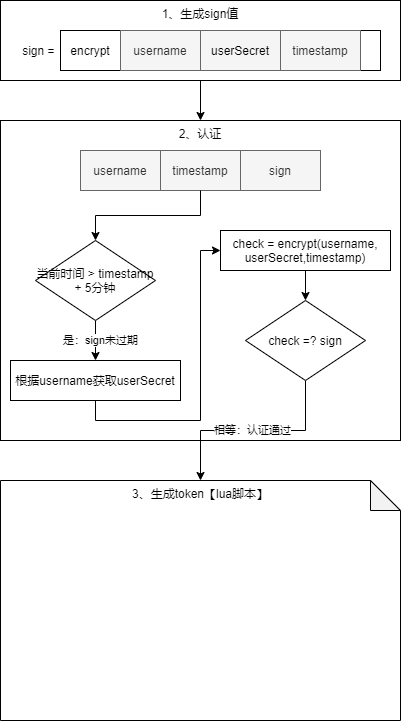
Earlier version of the draw.io export flowChart/project/token_verification.png (xiaoxin008/practise). Source tidied: cells renumbered, new cells last; positions are measured from the earlier drawing's top-left corner, leaving out a move shared by most shapes. The source it was exported from:
```xml
<mxGraphModel>
  <root>
    <mxCell id="0" />
    <mxCell id="1" parent="0" />
    <mxCell id="2" style="edgeStyle=orthogonalEdgeStyle;rounded=0;jettySize=auto;html=1;exitX=0.5;exitY=1;exitDx=0;exitDy=0;entryX=0.5;entryY=0;entryDx=0;entryDy=0;" parent="1" edge="1" source="3" target="13">
      <mxGeometry relative="1" as="geometry" />
    </mxCell>
    <mxCell id="3" value="1、生成sign值" style="rounded=0;whiteSpace=wrap;html=1;verticalAlign=top;" parent="1" vertex="1">
      <mxGeometry width="400" height="80" as="geometry" />
    </mxCell>
    <mxCell id="4" style="group;" parent="1" vertex="1">
      <mxGeometry x="20" y="30" width="360" height="40" as="geometry" />
    </mxCell>
    <mxCell id="5" style="group;" parent="4" vertex="1">
      <mxGeometry x="40" width="320" height="40" as="geometry" />
    </mxCell>
    <mxCell id="6" style="rounded=0;whiteSpace=wrap;html=1;" parent="5" vertex="1">
      <mxGeometry width="320" height="40" as="geometry" />
    </mxCell>
    <mxCell id="7" style="group;" parent="5" vertex="1">
      <mxGeometry x="60" width="240" height="40" as="geometry" />
    </mxCell>
    <mxCell id="8" value="username" style="rounded=0;whiteSpace=wrap;html=1;fillColor=#f5f5f5;strokeColor=#666666;fontColor=#333333;" parent="7" vertex="1">
      <mxGeometry width="80" height="40" as="geometry" />
    </mxCell>
    <mxCell id="9" value="&lt;span style=&quot;color: rgb(0 , 0 , 0)&quot;&gt;userSecret&lt;/span&gt;" style="rounded=0;whiteSpace=wrap;html=1;fillColor=#f5f5f5;strokeColor=#666666;fontColor=#333333;" parent="7" vertex="1">
      <mxGeometry x="80" width="80" height="40" as="geometry" />
    </mxCell>
    <mxCell id="10" value="timestamp" style="rounded=0;whiteSpace=wrap;html=1;fillColor=#f5f5f5;strokeColor=#666666;fontColor=#333333;" parent="7" vertex="1">
      <mxGeometry x="160" width="80" height="40" as="geometry" />
    </mxCell>
    <mxCell id="11" value="encrypt" style="text;html=1;strokeColor=none;fillColor=none;align=center;verticalAlign=middle;whiteSpace=wrap;rounded=0;" parent="5" vertex="1">
      <mxGeometry x="10" y="10" width="40" height="20" as="geometry" />
    </mxCell>
    <mxCell id="12" value="sign =&amp;nbsp;" style="text;html=1;strokeColor=none;fillColor=none;align=center;verticalAlign=middle;whiteSpace=wrap;rounded=0;" parent="4" vertex="1">
      <mxGeometry y="10" width="40" height="20" as="geometry" />
    </mxCell>
    <mxCell id="13" value="2、认证" style="rounded=0;whiteSpace=wrap;html=1;verticalAlign=top;" parent="1" vertex="1">
      <mxGeometry y="120" width="400" height="320" as="geometry" />
    </mxCell>
    <mxCell id="14" style="group;" parent="1" vertex="1">
      <mxGeometry x="80" y="150" width="240" height="40" as="geometry" />
    </mxCell>
    <mxCell id="15" value="username" style="rounded=0;whiteSpace=wrap;html=1;fillColor=#f5f5f5;strokeColor=#666666;fontColor=#333333;" parent="14" vertex="1">
      <mxGeometry width="80" height="40" as="geometry" />
    </mxCell>
    <mxCell id="16" value="timestamp" style="rounded=0;whiteSpace=wrap;html=1;fillColor=#f5f5f5;strokeColor=#666666;fontColor=#333333;" parent="14" vertex="1">
      <mxGeometry x="80" width="80" height="40" as="geometry" />
    </mxCell>
    <mxCell id="17" value="sign" style="rounded=0;whiteSpace=wrap;html=1;fillColor=#f5f5f5;strokeColor=#666666;fontColor=#333333;" parent="14" vertex="1">
      <mxGeometry x="160" width="80" height="40" as="geometry" />
    </mxCell>
    <mxCell id="18" value="是：sign未过期" style="edgeStyle=orthogonalEdgeStyle;rounded=0;jettySize=auto;html=1;exitX=0.5;exitY=1;exitDx=0;exitDy=0;entryX=0.5;entryY=0;entryDx=0;entryDy=0;" parent="1" edge="1" source="19" target="22">
      <mxGeometry y="5" relative="1" as="geometry" />
    </mxCell>
    <mxCell id="19" value="当前时间 &amp;gt; timestamp + 5分钟" style="rhombus;whiteSpace=wrap;html=1;" parent="1" vertex="1">
      <mxGeometry x="35" y="240" width="120" height="80" as="geometry" />
    </mxCell>
    <mxCell id="20" style="edgeStyle=orthogonalEdgeStyle;rounded=0;jettySize=auto;html=1;exitX=0.5;exitY=1;exitDx=0;exitDy=0;entryX=0.5;entryY=0;entryDx=0;entryDy=0;" parent="1" edge="1" source="16" target="19">
      <mxGeometry relative="1" as="geometry" />
    </mxCell>
    <mxCell id="21" style="edgeStyle=orthogonalEdgeStyle;rounded=0;jettySize=auto;html=1;exitX=0.5;exitY=1;exitDx=0;exitDy=0;entryX=0;entryY=0.5;entryDx=0;entryDy=0;" parent="1" edge="1" source="22" target="24">
      <mxGeometry relative="1" as="geometry" />
    </mxCell>
    <mxCell id="22" value="根据username获取userSecret" style="rounded=0;whiteSpace=wrap;html=1;" parent="1" vertex="1">
      <mxGeometry x="10" y="360" width="170" height="40" as="geometry" />
    </mxCell>
    <mxCell id="23" style="edgeStyle=orthogonalEdgeStyle;rounded=0;jettySize=auto;html=1;exitX=0.5;exitY=1;exitDx=0;exitDy=0;" parent="1" edge="1" source="24" target="26">
      <mxGeometry relative="1" as="geometry" />
    </mxCell>
    <mxCell id="24" value="check&amp;nbsp;= encrypt(username,&lt;br&gt;userSecret,timestamp)" style="rounded=0;whiteSpace=wrap;html=1;" parent="1" vertex="1">
      <mxGeometry x="220" y="230" width="170" height="40" as="geometry" />
    </mxCell>
    <mxCell id="25" value="相等：认证通过" style="edgeStyle=orthogonalEdgeStyle;rounded=0;jettySize=auto;html=1;exitX=0.5;exitY=1;exitDx=0;exitDy=0;" parent="1" edge="1" source="26" target="27">
      <mxGeometry relative="1" as="geometry" />
    </mxCell>
    <mxCell id="26" value="check =? sign" style="rhombus;whiteSpace=wrap;html=1;" parent="1" vertex="1">
      <mxGeometry x="245" y="300" width="120" height="80" as="geometry" />
    </mxCell>
    <mxCell id="27" value="3、生成token【lua脚本】" style="shape=note;whiteSpace=wrap;html=1;backgroundOutline=1;darkOpacity=0.05;verticalAlign=top;" parent="1" vertex="1">
      <mxGeometry y="480" width="400" height="240" as="geometry" />
    </mxCell>
  </root>
</mxGraphModel>
```
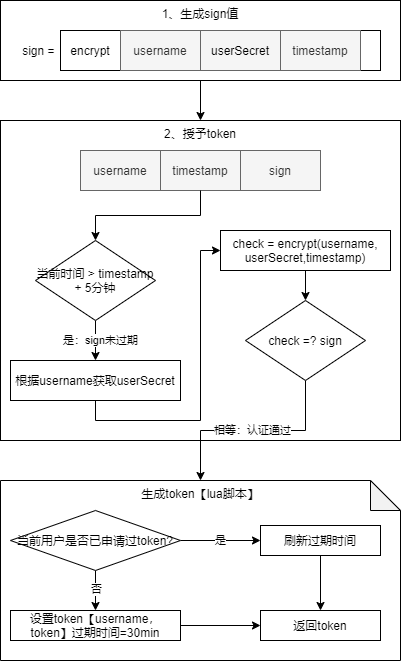
The same diagram one commit later.

Diff of the diagram source:
```diff
@@ -35,7 +35,7 @@
     <mxCell id="12" value="sign =&amp;nbsp;" style="text;html=1;strokeColor=none;fillColor=none;align=center;verticalAlign=middle;whiteSpace=wrap;rounded=0;" parent="4" vertex="1">
       <mxGeometry y="10" width="40" height="20" as="geometry" />
     </mxCell>
-    <mxCell id="13" value="2、认证" style="rounded=0;whiteSpace=wrap;html=1;verticalAlign=top;" parent="1" vertex="1">
+    <mxCell id="13" value="2、授予token" style="rounded=0;whiteSpace=wrap;html=1;verticalAlign=top;" parent="1" vertex="1">
       <mxGeometry y="120" width="400" height="320" as="geometry" />
     </mxCell>
     <mxCell id="14" style="group;" parent="1" vertex="1">
@@ -77,8 +77,41 @@
     <mxCell id="26" value="check =? sign" style="rhombus;whiteSpace=wrap;html=1;" parent="1" vertex="1">
       <mxGeometry x="245" y="300" width="120" height="80" as="geometry" />
     </mxCell>
-    <mxCell id="27" value="3、生成token【lua脚本】" style="shape=note;whiteSpace=wrap;html=1;backgroundOutline=1;darkOpacity=0.05;verticalAlign=top;" parent="1" vertex="1">
-      <mxGeometry y="480" width="400" height="240" as="geometry" />
+    <mxCell id="27" value="生成token【lua脚本】&lt;br&gt;" style="shape=note;whiteSpace=wrap;html=1;backgroundOutline=1;darkOpacity=0.05;verticalAlign=top;" parent="1" vertex="1">
+      <mxGeometry y="480" width="400" height="180" as="geometry" />
     </mxCell>
+    <mxCell id="28" style="edgeStyle=orthogonalEdgeStyle;rounded=0;orthogonalLoop=1;jettySize=auto;html=1;exitX=0.5;exitY=1;exitDx=0;exitDy=0;" parent="1" edge="1">
+      <mxGeometry relative="1" as="geometry">
+        <mxPoint x="200" y="550" as="sourcePoint" />
+        <mxPoint x="200" y="550" as="targetPoint" />
+      </mxGeometry>
+    </mxCell>
+    <mxCell id="29" style="edgeStyle=orthogonalEdgeStyle;rounded=0;jettySize=auto;html=1;exitX=0.5;exitY=1;exitDx=0;exitDy=0;" parent="1" edge="1" source="32" target="34">
+      <mxGeometry relative="1" as="geometry" />
+    </mxCell>
+    <mxCell id="30" value="否" style="edgeLabel;html=1;align=center;verticalAlign=middle;" parent="29" vertex="1">
+      <mxGeometry x="-0.11" relative="1" as="geometry" />
+    </mxCell>
+    <mxCell id="31" value="是" style="edgeStyle=orthogonalEdgeStyle;rounded=0;jettySize=auto;html=1;exitX=1;exitY=0.5;exitDx=0;exitDy=0;" parent="1" edge="1" source="32" target="37">
+      <mxGeometry relative="1" as="geometry" />
+    </mxCell>
+    <mxCell id="32" value="当前用户是否已申请过token?" style="rhombus;whiteSpace=wrap;html=1;" parent="1" vertex="1">
+      <mxGeometry x="10" y="510" width="170" height="60" as="geometry" />
+    </mxCell>
+    <mxCell id="33" style="edgeStyle=orthogonalEdgeStyle;rounded=0;jettySize=auto;html=1;exitX=1;exitY=0.5;exitDx=0;exitDy=0;entryX=0;entryY=0.5;entryDx=0;entryDy=0;" parent="1" edge="1" source="34" target="35">
+      <mxGeometry relative="1" as="geometry" />
+    </mxCell>
+    <mxCell id="34" value="设置token【username，token】过期时间=30min" style="rounded=0;whiteSpace=wrap;html=1;" parent="1" vertex="1">
+      <mxGeometry x="10" y="610" width="170" height="30" as="geometry" />
+    </mxCell>
+    <mxCell id="35" value="返回token" style="rounded=0;whiteSpace=wrap;html=1;" parent="1" vertex="1">
+      <mxGeometry x="260" y="610" width="120" height="30" as="geometry" />
+    </mxCell>
+    <mxCell id="36" style="edgeStyle=orthogonalEdgeStyle;rounded=0;jettySize=auto;html=1;exitX=0.5;exitY=1;exitDx=0;exitDy=0;" parent="1" edge="1" source="37" target="35">
+      <mxGeometry relative="1" as="geometry" />
+    </mxCell>
+    <mxCell id="37" value="刷新过期时间" style="rounded=0;whiteSpace=wrap;html=1;" parent="1" vertex="1">
+      <mxGeometry x="260" y="525" width="120" height="30" as="geometry" />
+    </mxCell>
   </root>
 </mxGraphModel>
```
